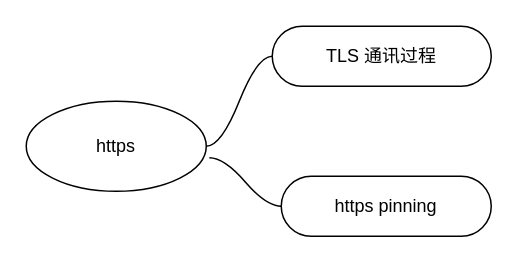
Before: https.drawio in dev4mobile/diagrams, a draw.io diagram. Source tidied: cells renumbered, new cells numbered last; positions are measured from the earlier drawing's top-left corner, leaving out a move shared by most shapes. Both pictures are drawn from the tidied source at 150%, with x=0, y=0 at pixel (26, 26).
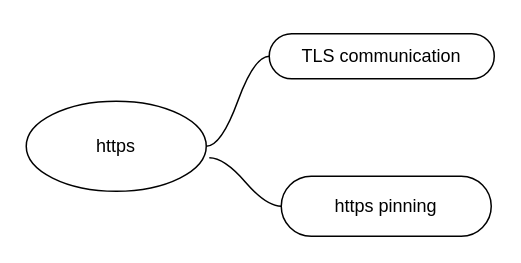
The same page after the edit.

The edit, as a diff of the source:
```diff
@@
 <mxGraphModel>
   <root>
     <mxCell id="0" />
     <mxCell id="1" parent="0" />
     <mxCell id="2" value="https" style="ellipse;whiteSpace=wrap;html=1;align=center;newEdgeStyle={&quot;edgeStyle&quot;:&quot;entityRelationEdgeStyle&quot;,&quot;startArrow&quot;:&quot;none&quot;,&quot;endArrow&quot;:&quot;none&quot;,&quot;segment&quot;:10,&quot;curved&quot;:1};" parent="1" vertex="1">
       <mxGeometry y="50" width="120" height="60" as="geometry" />
     </mxCell>
-    <mxCell id="3" value="TLS 通讯过程" style="whiteSpace=wrap;html=1;rounded=1;arcSize=50;align=center;verticalAlign=middle;strokeWidth=1;spacing=4;newEdgeStyle={&quot;edgeStyle&quot;:&quot;entityRelationEdgeStyle&quot;,&quot;startArrow&quot;:&quot;none&quot;,&quot;endArrow&quot;:&quot;none&quot;,&quot;segment&quot;:10,&quot;curved&quot;:1};" parent="1" vertex="1">
-      <mxGeometry x="164" width="146" height="40" as="geometry" />
+    <mxCell id="3" value="TLS communication" style="whiteSpace=wrap;html=1;rounded=1;arcSize=50;align=center;verticalAlign=middle;strokeWidth=1;spacing=4;newEdgeStyle={&quot;edgeStyle&quot;:&quot;entityRelationEdgeStyle&quot;,&quot;startArrow&quot;:&quot;none&quot;,&quot;endArrow&quot;:&quot;none&quot;,&quot;segment&quot;:10,&quot;curved&quot;:1};" parent="1" vertex="1">
+      <mxGeometry x="162" y="5" width="150" height="30" as="geometry" />
     </mxCell>
     <mxCell id="4" style="edgeStyle=entityRelationEdgeStyle;startArrow=none;endArrow=none;segment=10;curved=1;rounded=0;exitX=1;exitY=0.5;exitDx=0;exitDy=0;" parent="1" edge="1" source="2" target="3">
       <mxGeometry relative="1" as="geometry" />
     </mxCell>
     <mxCell id="5" value="https pinning" style="whiteSpace=wrap;html=1;rounded=1;arcSize=50;align=center;verticalAlign=middle;strokeWidth=1;spacing=4;newEdgeStyle={&quot;edgeStyle&quot;:&quot;entityRelationEdgeStyle&quot;,&quot;startArrow&quot;:&quot;none&quot;,&quot;endArrow&quot;:&quot;none&quot;,&quot;segment&quot;:10,&quot;curved&quot;:1};" parent="1" vertex="1">
       <mxGeometry x="170" y="100" width="140" height="40" as="geometry" />
     </mxCell>
     <mxCell id="6" style="edgeStyle=entityRelationEdgeStyle;startArrow=none;endArrow=none;segment=10;curved=1;rounded=0;exitX=1.017;exitY=0.629;exitDx=0;exitDy=0;exitPerimeter=0;" parent="1" edge="1" source="2" target="5">
       <mxGeometry relative="1" as="geometry" />
     </mxCell>
   </root>
 </mxGraphModel>
```
